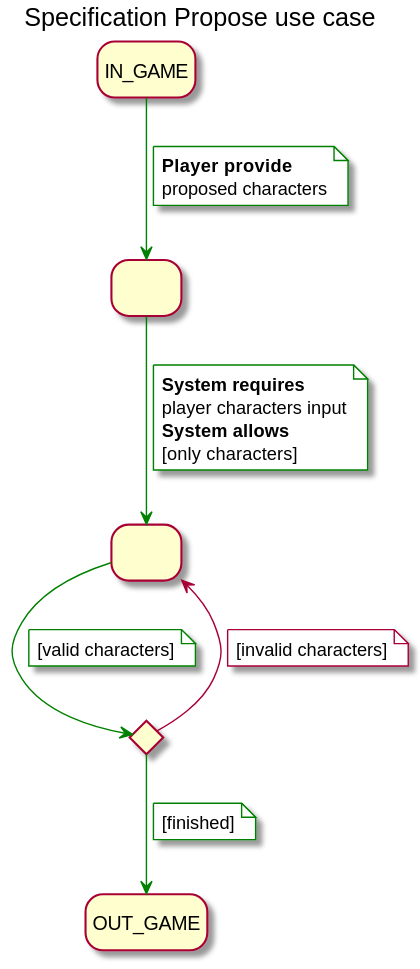
Earlier version of the PlantUML export requirements/images/specificationProposeUseCase-Specification_Propose_use_case.svg (jumpering/Hanged). The source it was exported from:
```plantuml
@startuml
title Specification Propose use case
skinparam NoteBackgroundColor white
hide empty description
state userRequiresCompareWord as " "
state compareWord as " "
state ifValidPropose <<choice>>

IN_GAME -[#green]-> userRequiresCompareWord
note on link #white
  <b>Player provide
  proposed characters
end note
userRequiresCompareWord -[#green]-> compareWord
note on link #white
  <b>System requires
  player characters input
  <b>System allows
  [only characters]
end note
compareWord -[#green]-> ifValidPropose
note on link #white
  [valid characters]
end note
ifValidPropose --> compareWord
note on link #white
  [invalid characters]
end note
ifValidPropose -[#green]-> OUT_GAME
note on link #white
  [finished]
end note
@enduml
```
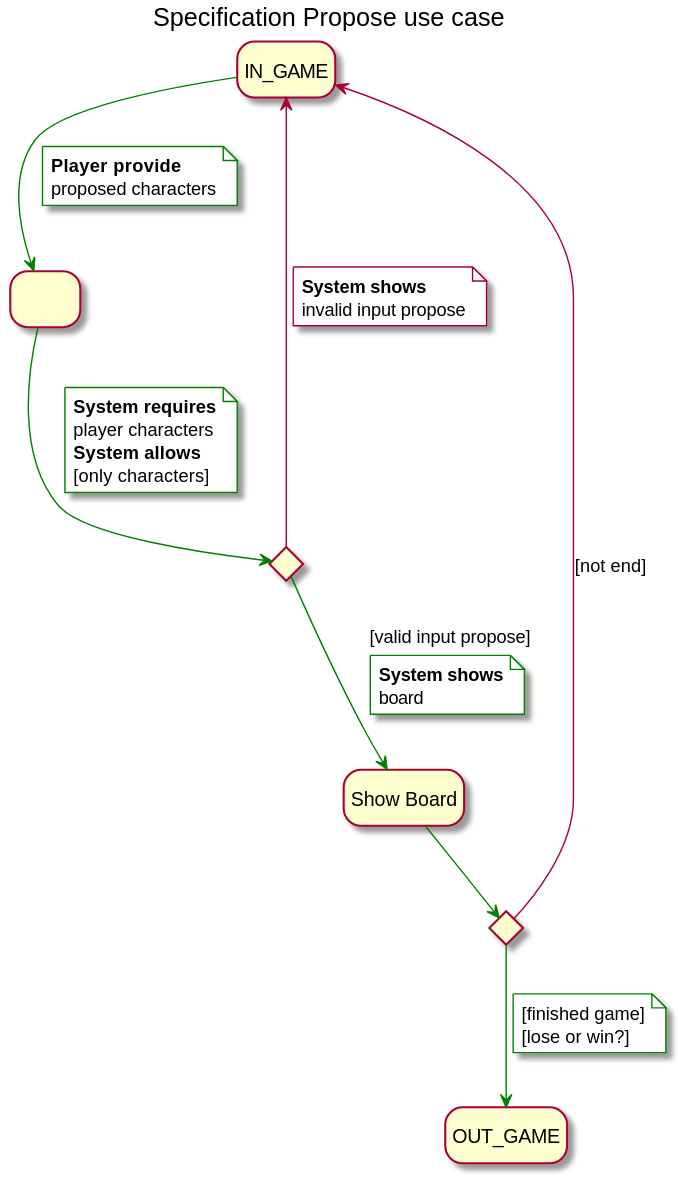
After the change.

Diff of the diagram source:
```diff
@@ -3,31 +3,41 @@
 skinparam NoteBackgroundColor white
 hide empty description
 state userRequiresCompareWord as " "
-state compareWord as " "
+state showBoard as "Show Board"
 state ifValidPropose <<choice>>
+state ifEndGame <<choice>>
 
 IN_GAME -[#green]-> userRequiresCompareWord
 note on link #white
   <b>Player provide
   proposed characters
 end note
-userRequiresCompareWord -[#green]-> compareWord
+userRequiresCompareWord -[#green]-> ifValidPropose
 note on link #white
   <b>System requires
-  player characters input
+  player characters
   <b>System allows
   [only characters]
 end note
-compareWord -[#green]-> ifValidPropose
+ifValidPropose -[#green]-> showBoard : [valid input propose]
+note on link
+  <b>System shows
+  board
+  end note
+ifValidPropose -up-> IN_GAME
 note on link #white
-  [valid characters]
+  <b>System shows
+ board
 end note
-ifValidPropose --> compareWord
 note on link #white
-  [invalid characters]
+  <b>System shows
+  invalid input propose
 end note
-ifValidPropose -[#green]-> OUT_GAME
+showBoard -[#green]-> ifEndGame
+ifEndGame -up-> IN_GAME : [not end]
+ifEndGame -[#green]-> OUT_GAME
 note on link #white
-  [finished]
+  [finished game]
+  [lose or win?]
 end note
 @enduml
```
